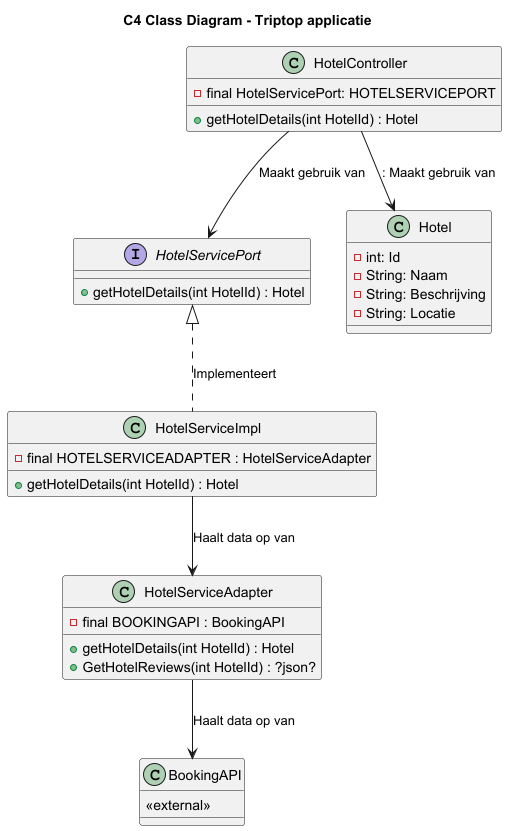
AIM-ENE-feb25/triptop-peak-performers-groep-1 keeps this PlantUML diagram as opdracht-diagrammen/C4-Diagrammen/C4-Class-Diagram-Jamiro-Triptop.png. Above is the earlier version. The source it was exported from:
```plantuml
@startuml
title C4 Class Diagram - Triptop applicatie

class HotelController {
    - final HotelServicePort: HOTELSERVICEPORT
    + getHotelDetails(int HotelId) : Hotel
}

interface HotelServicePort {
    + getHotelDetails(int HotelId) : Hotel
}

class Hotel {
    - int: Id
    - String: Naam
    - String: Beschrijving
    - String: Locatie
}

class HotelServiceImpl {
    - final HOTELSERVICEADAPTER : HotelServiceAdapter
    + getHotelDetails(int HotelId) : Hotel
}

class HotelServiceAdapter {
    - final BOOKINGAPI : BookingAPI
    + getHotelDetails(int HotelId) : Hotel
    + GetHotelReviews(int HotelId) : ?json?
}

class BookingAPI {
    <<external>>
}

HotelController --> HotelServicePort : Maakt gebruik van
HotelController --> Hotel : : Maakt gebruik van

HotelServicePort <|.. HotelServiceImpl : Implementeert

HotelServiceImpl --> HotelServiceAdapter : Haalt data op van
HotelServiceAdapter --> BookingAPI : Haalt data op van
@enduml
```
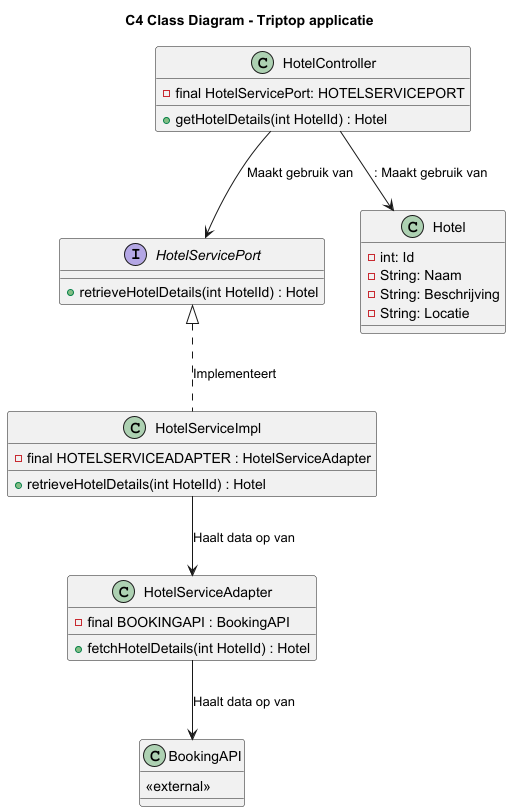
The same diagram one commit later.

Commit message:
kleine aanpassingen van mijn diagrammen zodat ze overeen komen

Change to the diagram source:
```diff
@@ -7,7 +7,7 @@
 }
 
 interface HotelServicePort {
-    + getHotelDetails(int HotelId) : Hotel
+    + retrieveHotelDetails(int HotelId) : Hotel
 }
 
 class Hotel {
@@ -19,13 +19,12 @@
 
 class HotelServiceImpl {
     - final HOTELSERVICEADAPTER : HotelServiceAdapter
-    + getHotelDetails(int HotelId) : Hotel
+    + retrieveHotelDetails(int HotelId) : Hotel
 }
 
 class HotelServiceAdapter {
     - final BOOKINGAPI : BookingAPI
-    + getHotelDetails(int HotelId) : Hotel
-    + GetHotelReviews(int HotelId) : ?json?
+    + fetchHotelDetails(int HotelId) : Hotel
 }
 
 class BookingAPI {
```
